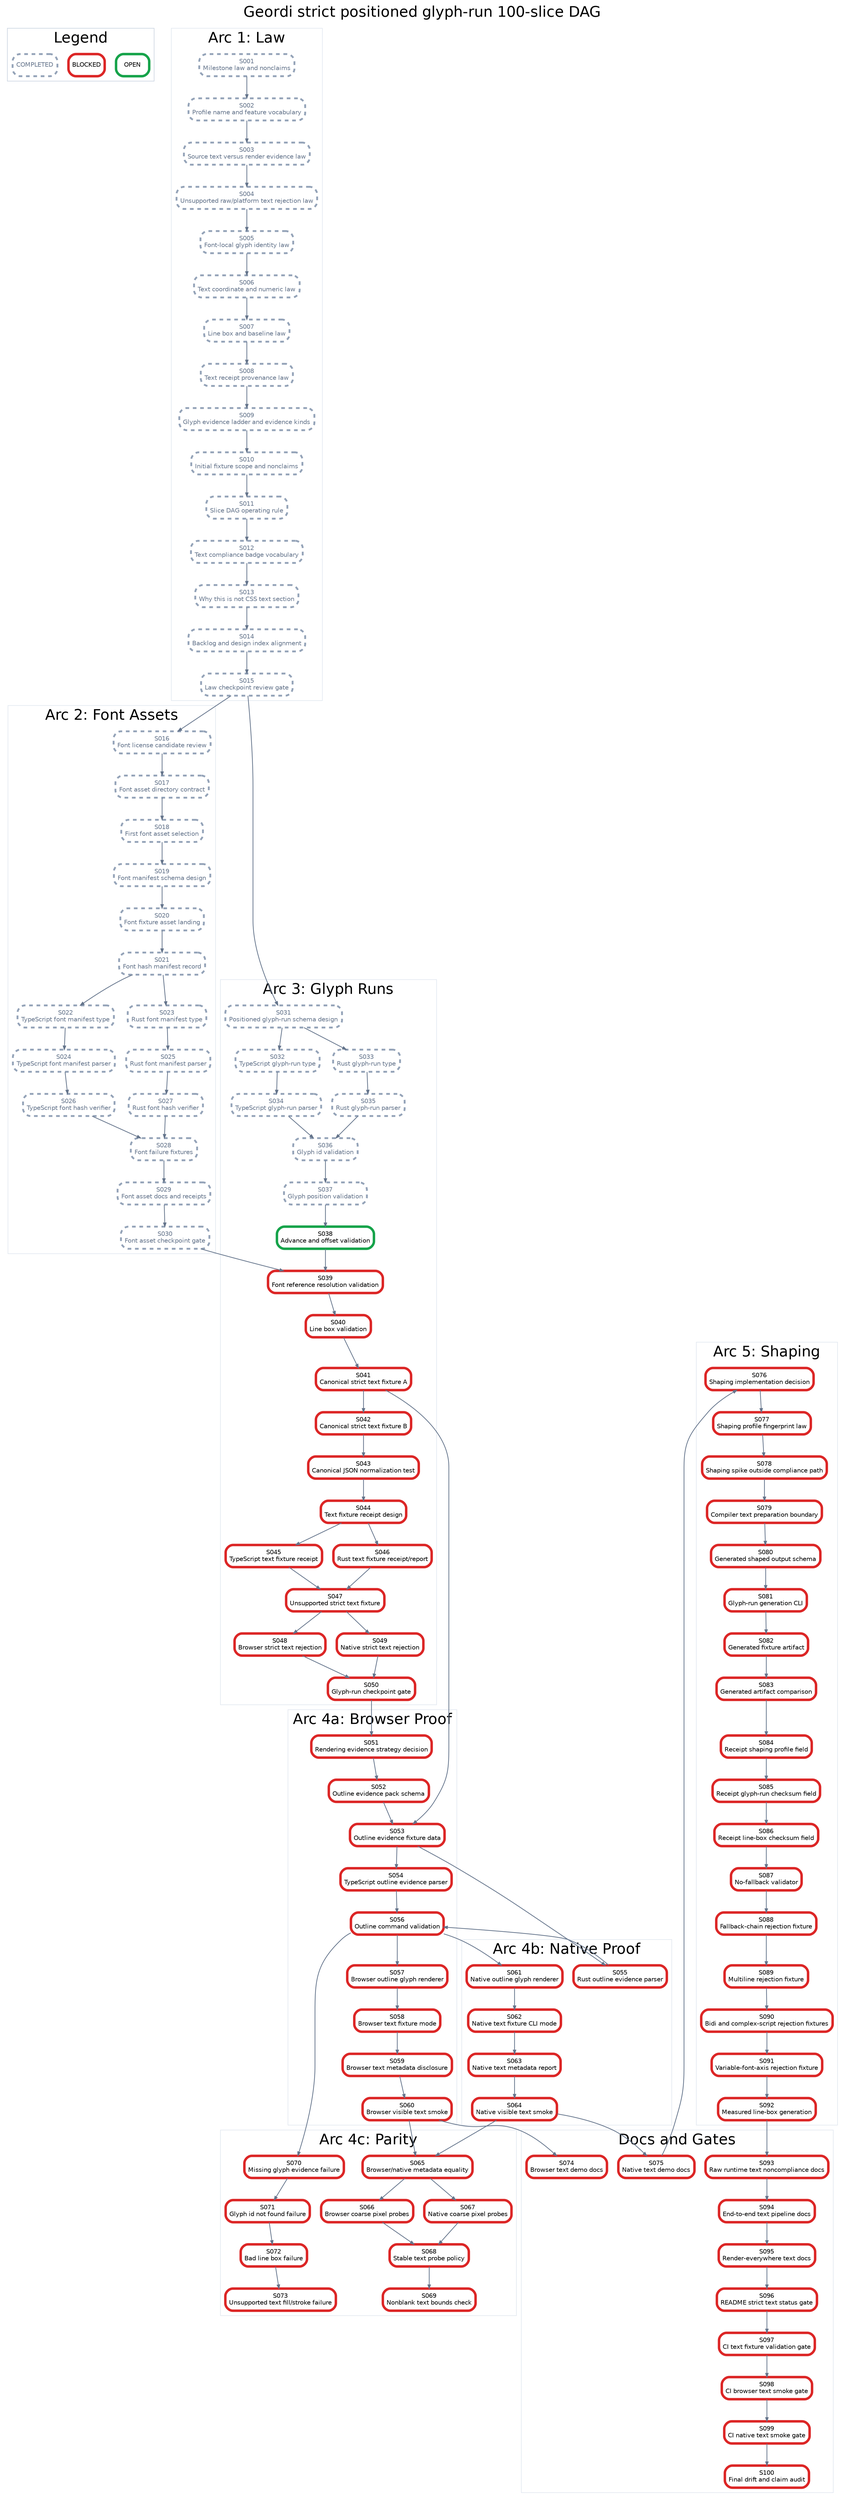
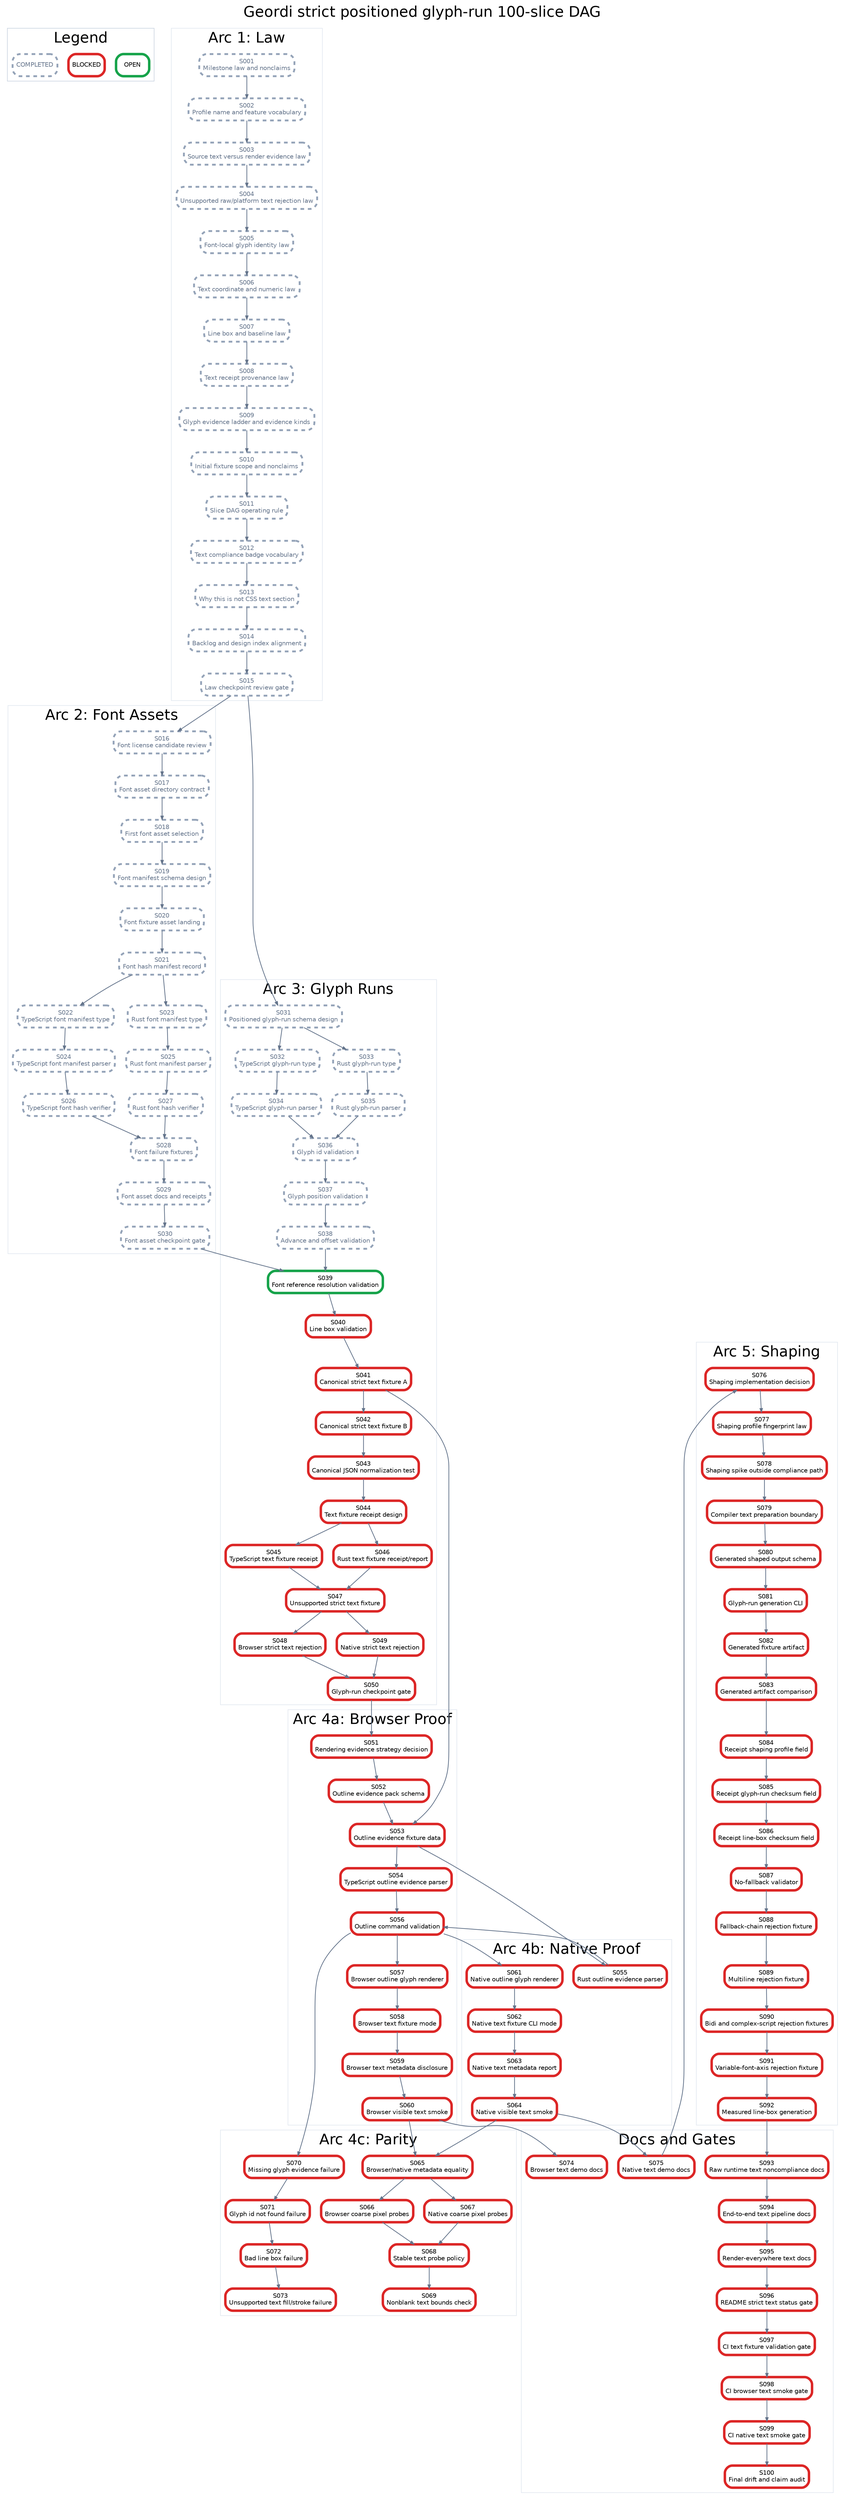
digraph StrictPositionedGlyphRunPlan {
  graph [rankdir=TB, bgcolor="white", fontname="Helvetica", label="Geordi strict positioned glyph-run 100-slice DAG", labelloc="t", fontsize=24];
  node [shape=box, style="rounded,filled", fillcolor="white", fontname="Helvetica", fontsize=10, margin="0.08,0.05"];
  edge [color="#64748b", arrowsize=0.6, penwidth=1.2];

  subgraph cluster_legend {
    label="Legend";
    color="#cbd5e1";
    legend_open [label="OPEN", color="#16a34a", penwidth=4];
    legend_blocked [label="BLOCKED", color="#dc2626", penwidth=4];
    legend_done [label="COMPLETED", color="#94a3b8", penwidth=3, style="rounded,filled,dashed", fontcolor="#64748b"];
  }

  subgraph cluster_law {
    label="Arc 1: Law";
    color="#e2e8f0";
    S001 [label="S001\nMilestone law and nonclaims", color="#94a3b8", penwidth=3, style="rounded,filled,dashed", fontcolor="#64748b"];
    S002 [label="S002\nProfile name and feature vocabulary", color="#94a3b8", penwidth=3, style="rounded,filled,dashed", fontcolor="#64748b"];
    S003 [label="S003\nSource text versus render evidence law", color="#94a3b8", penwidth=3, style="rounded,filled,dashed", fontcolor="#64748b"];
    S004 [label="S004\nUnsupported raw/platform text rejection law", color="#94a3b8", penwidth=3, style="rounded,filled,dashed", fontcolor="#64748b"];
    S005 [label="S005\nFont-local glyph identity law", color="#94a3b8", penwidth=3, style="rounded,filled,dashed", fontcolor="#64748b"];
    S006 [label="S006\nText coordinate and numeric law", color="#94a3b8", penwidth=3, style="rounded,filled,dashed", fontcolor="#64748b"];
    S007 [label="S007\nLine box and baseline law", color="#94a3b8", penwidth=3, style="rounded,filled,dashed", fontcolor="#64748b"];
    S008 [label="S008\nText receipt provenance law", color="#94a3b8", penwidth=3, style="rounded,filled,dashed", fontcolor="#64748b"];
    S009 [label="S009\nGlyph evidence ladder and evidence kinds", color="#94a3b8", penwidth=3, style="rounded,filled,dashed", fontcolor="#64748b"];
    S010 [label="S010\nInitial fixture scope and nonclaims", color="#94a3b8", penwidth=3, style="rounded,filled,dashed", fontcolor="#64748b"];
    S011 [label="S011\nSlice DAG operating rule", color="#94a3b8", penwidth=3, style="rounded,filled,dashed", fontcolor="#64748b"];
    S012 [label="S012\nText compliance badge vocabulary", color="#94a3b8", penwidth=3, style="rounded,filled,dashed", fontcolor="#64748b"];
    S013 [label="S013\nWhy this is not CSS text section", color="#94a3b8", penwidth=3, style="rounded,filled,dashed", fontcolor="#64748b"];
    S014 [label="S014\nBacklog and design index alignment", color="#94a3b8", penwidth=3, style="rounded,filled,dashed", fontcolor="#64748b"];
    S015 [label="S015\nLaw checkpoint review gate", color="#94a3b8", penwidth=3, style="rounded,filled,dashed", fontcolor="#64748b"];
  }

  subgraph cluster_assets {
    label="Arc 2: Font Assets";
    color="#e2e8f0";
    S016 [label="S016\nFont license candidate review", color="#94a3b8", penwidth=3, style="rounded,filled,dashed", fontcolor="#64748b"];
    S017 [label="S017\nFont asset directory contract", color="#94a3b8", penwidth=3, style="rounded,filled,dashed", fontcolor="#64748b"];
    S018 [label="S018\nFirst font asset selection", color="#94a3b8", penwidth=3, style="rounded,filled,dashed", fontcolor="#64748b"];
    S019 [label="S019\nFont manifest schema design", color="#94a3b8", penwidth=3, style="rounded,filled,dashed", fontcolor="#64748b"];
    S020 [label="S020\nFont fixture asset landing", color="#94a3b8", penwidth=3, style="rounded,filled,dashed", fontcolor="#64748b"];
    S021 [label="S021\nFont hash manifest record", color="#94a3b8", penwidth=3, style="rounded,filled,dashed", fontcolor="#64748b"];
    S022 [label="S022\nTypeScript font manifest type", color="#94a3b8", penwidth=3, style="rounded,filled,dashed", fontcolor="#64748b"];
    S023 [label="S023\nRust font manifest type", color="#94a3b8", penwidth=3, style="rounded,filled,dashed", fontcolor="#64748b"];
    S024 [label="S024\nTypeScript font manifest parser", color="#94a3b8", penwidth=3, style="rounded,filled,dashed", fontcolor="#64748b"];
    S025 [label="S025\nRust font manifest parser", color="#94a3b8", penwidth=3, style="rounded,filled,dashed", fontcolor="#64748b"];
    S026 [label="S026\nTypeScript font hash verifier", color="#94a3b8", penwidth=3, style="rounded,filled,dashed", fontcolor="#64748b"];
    S027 [label="S027\nRust font hash verifier", color="#94a3b8", penwidth=3, style="rounded,filled,dashed", fontcolor="#64748b"];
    S028 [label="S028\nFont failure fixtures", color="#94a3b8", penwidth=3, style="rounded,filled,dashed", fontcolor="#64748b"];
    S029 [label="S029\nFont asset docs and receipts", color="#94a3b8", penwidth=3, style="rounded,filled,dashed", fontcolor="#64748b"];
    S030 [label="S030\nFont asset checkpoint gate", color="#94a3b8", penwidth=3, style="rounded,filled,dashed", fontcolor="#64748b"];
  }

  subgraph cluster_glyph {
    label="Arc 3: Glyph Runs";
    color="#e2e8f0";
    S031 [label="S031\nPositioned glyph-run schema design", color="#94a3b8", penwidth=3, style="rounded,filled,dashed", fontcolor="#64748b"];
    S032 [label="S032\nTypeScript glyph-run type", color="#94a3b8", penwidth=3, style="rounded,filled,dashed", fontcolor="#64748b"];
    S033 [label="S033\nRust glyph-run type", color="#94a3b8", penwidth=3, style="rounded,filled,dashed", fontcolor="#64748b"];
    S034 [label="S034\nTypeScript glyph-run parser", color="#94a3b8", penwidth=3, style="rounded,filled,dashed", fontcolor="#64748b"];
    S035 [label="S035\nRust glyph-run parser", color="#94a3b8", penwidth=3, style="rounded,filled,dashed", fontcolor="#64748b"];
    S036 [label="S036\nGlyph id validation", color="#94a3b8", penwidth=3, style="rounded,filled,dashed", fontcolor="#64748b"];
    S037 [label="S037\nGlyph position validation", color="#94a3b8", penwidth=3, style="rounded,filled,dashed", fontcolor="#64748b"];
-     S038 [label="S038\nAdvance and offset validation", color="#16a34a", penwidth=4];
-     S039 [label="S039\nFont reference resolution validation", color="#dc2626", penwidth=4];
+     S038 [label="S038\nAdvance and offset validation", color="#94a3b8", penwidth=3, style="rounded,filled,dashed", fontcolor="#64748b"];
+     S039 [label="S039\nFont reference resolution validation", color="#16a34a", penwidth=4];
    S040 [label="S040\nLine box validation", color="#dc2626", penwidth=4];
    S041 [label="S041\nCanonical strict text fixture A", color="#dc2626", penwidth=4];
    S042 [label="S042\nCanonical strict text fixture B", color="#dc2626", penwidth=4];
    S043 [label="S043\nCanonical JSON normalization test", color="#dc2626", penwidth=4];
    S044 [label="S044\nText fixture receipt design", color="#dc2626", penwidth=4];
    S045 [label="S045\nTypeScript text fixture receipt", color="#dc2626", penwidth=4];
    S046 [label="S046\nRust text fixture receipt/report", color="#dc2626", penwidth=4];
    S047 [label="S047\nUnsupported strict text fixture", color="#dc2626", penwidth=4];
    S048 [label="S048\nBrowser strict text rejection", color="#dc2626", penwidth=4];
    S049 [label="S049\nNative strict text rejection", color="#dc2626", penwidth=4];
    S050 [label="S050\nGlyph-run checkpoint gate", color="#dc2626", penwidth=4];
  }

  subgraph cluster_browser {
    label="Arc 4a: Browser Proof";
    color="#e2e8f0";
    S051 [label="S051\nRendering evidence strategy decision", color="#dc2626", penwidth=4];
    S052 [label="S052\nOutline evidence pack schema", color="#dc2626", penwidth=4];
    S053 [label="S053\nOutline evidence fixture data", color="#dc2626", penwidth=4];
    S054 [label="S054\nTypeScript outline evidence parser", color="#dc2626", penwidth=4];
    S056 [label="S056\nOutline command validation", color="#dc2626", penwidth=4];
    S057 [label="S057\nBrowser outline glyph renderer", color="#dc2626", penwidth=4];
    S058 [label="S058\nBrowser text fixture mode", color="#dc2626", penwidth=4];
    S059 [label="S059\nBrowser text metadata disclosure", color="#dc2626", penwidth=4];
    S060 [label="S060\nBrowser visible text smoke", color="#dc2626", penwidth=4];
  }

  subgraph cluster_native {
    label="Arc 4b: Native Proof";
    color="#e2e8f0";
    S055 [label="S055\nRust outline evidence parser", color="#dc2626", penwidth=4];
    S061 [label="S061\nNative outline glyph renderer", color="#dc2626", penwidth=4];
    S062 [label="S062\nNative text fixture CLI mode", color="#dc2626", penwidth=4];
    S063 [label="S063\nNative text metadata report", color="#dc2626", penwidth=4];
    S064 [label="S064\nNative visible text smoke", color="#dc2626", penwidth=4];
  }

  subgraph cluster_parity {
    label="Arc 4c: Parity";
    color="#e2e8f0";
    S065 [label="S065\nBrowser/native metadata equality", color="#dc2626", penwidth=4];
    S066 [label="S066\nBrowser coarse pixel probes", color="#dc2626", penwidth=4];
    S067 [label="S067\nNative coarse pixel probes", color="#dc2626", penwidth=4];
    S068 [label="S068\nStable text probe policy", color="#dc2626", penwidth=4];
    S069 [label="S069\nNonblank text bounds check", color="#dc2626", penwidth=4];
    S070 [label="S070\nMissing glyph evidence failure", color="#dc2626", penwidth=4];
    S071 [label="S071\nGlyph id not found failure", color="#dc2626", penwidth=4];
    S072 [label="S072\nBad line box failure", color="#dc2626", penwidth=4];
    S073 [label="S073\nUnsupported text fill/stroke failure", color="#dc2626", penwidth=4];
  }

  subgraph cluster_shaping {
    label="Arc 5: Shaping";
    color="#e2e8f0";
    S076 [label="S076\nShaping implementation decision", color="#dc2626", penwidth=4];
    S077 [label="S077\nShaping profile fingerprint law", color="#dc2626", penwidth=4];
    S078 [label="S078\nShaping spike outside compliance path", color="#dc2626", penwidth=4];
    S079 [label="S079\nCompiler text preparation boundary", color="#dc2626", penwidth=4];
    S080 [label="S080\nGenerated shaped output schema", color="#dc2626", penwidth=4];
    S081 [label="S081\nGlyph-run generation CLI", color="#dc2626", penwidth=4];
    S082 [label="S082\nGenerated fixture artifact", color="#dc2626", penwidth=4];
    S083 [label="S083\nGenerated artifact comparison", color="#dc2626", penwidth=4];
    S084 [label="S084\nReceipt shaping profile field", color="#dc2626", penwidth=4];
    S085 [label="S085\nReceipt glyph-run checksum field", color="#dc2626", penwidth=4];
    S086 [label="S086\nReceipt line-box checksum field", color="#dc2626", penwidth=4];
    S087 [label="S087\nNo-fallback validator", color="#dc2626", penwidth=4];
    S088 [label="S088\nFallback-chain rejection fixture", color="#dc2626", penwidth=4];
    S089 [label="S089\nMultiline rejection fixture", color="#dc2626", penwidth=4];
    S090 [label="S090\nBidi and complex-script rejection fixtures", color="#dc2626", penwidth=4];
    S091 [label="S091\nVariable-font-axis rejection fixture", color="#dc2626", penwidth=4];
    S092 [label="S092\nMeasured line-box generation", color="#dc2626", penwidth=4];
  }

  subgraph cluster_docs {
    label="Docs and Gates";
    color="#e2e8f0";
    S074 [label="S074\nBrowser text demo docs", color="#dc2626", penwidth=4];
    S075 [label="S075\nNative text demo docs", color="#dc2626", penwidth=4];
    S093 [label="S093\nRaw runtime text noncompliance docs", color="#dc2626", penwidth=4];
    S094 [label="S094\nEnd-to-end text pipeline docs", color="#dc2626", penwidth=4];
    S095 [label="S095\nRender-everywhere text docs", color="#dc2626", penwidth=4];
    S096 [label="S096\nREADME strict text status gate", color="#dc2626", penwidth=4];
    S097 [label="S097\nCI text fixture validation gate", color="#dc2626", penwidth=4];
    S098 [label="S098\nCI browser text smoke gate", color="#dc2626", penwidth=4];
    S099 [label="S099\nCI native text smoke gate", color="#dc2626", penwidth=4];
    S100 [label="S100\nFinal drift and claim audit", color="#dc2626", penwidth=4];
  }

  S001 -> S002;
  S002 -> S003;
  S003 -> S004;
  S004 -> S005;
  S005 -> S006;
  S006 -> S007;
  S007 -> S008;
  S008 -> S009;
  S009 -> S010;
  S010 -> S011;
  S011 -> S012;
  S012 -> S013;
  S013 -> S014;
  S014 -> S015;
  S015 -> S016;
  S016 -> S017;
  S017 -> S018;
  S018 -> S019;
  S019 -> S020;
  S020 -> S021;
  S021 -> S022;
  S021 -> S023;
  S022 -> S024;
  S023 -> S025;
  S024 -> S026;
  S025 -> S027;
  S026 -> S028;
  S027 -> S028;
  S028 -> S029;
  S029 -> S030;
  S015 -> S031;
  S031 -> S032;
  S031 -> S033;
  S032 -> S034;
  S033 -> S035;
  S034 -> S036;
  S035 -> S036;
  S036 -> S037;
  S037 -> S038;
  S038 -> S039;
  S039 -> S040;
  S030 -> S039;
  S040 -> S041;
  S041 -> S042;
  S042 -> S043;
  S043 -> S044;
  S044 -> S045;
  S044 -> S046;
  S045 -> S047;
  S046 -> S047;
  S047 -> S048;
  S047 -> S049;
  S048 -> S050;
  S049 -> S050;
  S050 -> S051;
  S051 -> S052;
  S052 -> S053;
  S041 -> S053;
  S053 -> S054;
  S053 -> S055;
  S054 -> S056;
  S055 -> S056;
  S056 -> S057;
  S057 -> S058;
  S058 -> S059;
  S059 -> S060;
  S056 -> S061;
  S061 -> S062;
  S062 -> S063;
  S063 -> S064;
  S060 -> S065;
  S064 -> S065;
  S065 -> S066;
  S065 -> S067;
  S066 -> S068;
  S067 -> S068;
  S068 -> S069;
  S056 -> S070;
  S070 -> S071;
  S071 -> S072;
  S072 -> S073;
  S060 -> S074;
  S064 -> S075;
  S075 -> S076;
  S076 -> S077;
  S077 -> S078;
  S078 -> S079;
  S079 -> S080;
  S080 -> S081;
  S081 -> S082;
  S082 -> S083;
  S083 -> S084;
  S084 -> S085;
  S085 -> S086;
  S086 -> S087;
  S087 -> S088;
  S088 -> S089;
  S089 -> S090;
  S090 -> S091;
  S091 -> S092;
  S092 -> S093;
  S093 -> S094;
  S094 -> S095;
  S095 -> S096;
  S096 -> S097;
  S097 -> S098;
  S098 -> S099;
  S099 -> S100;
}
